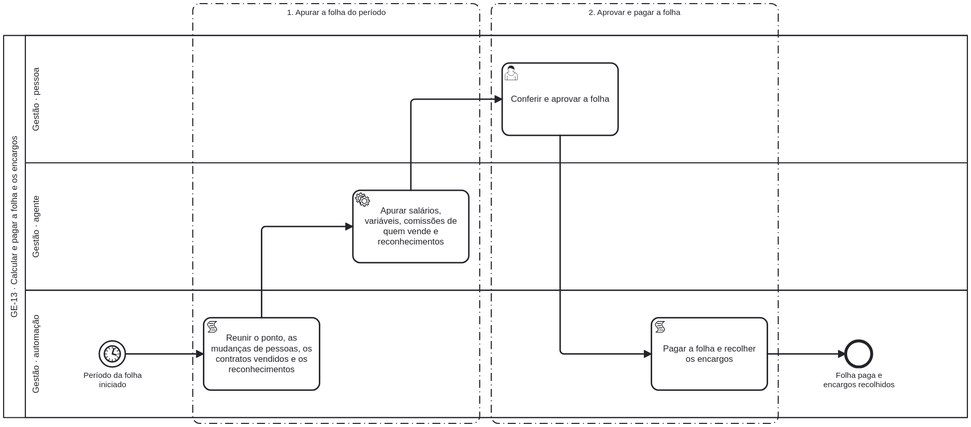
The BPMN diagram 3-fluxos-bpmn/circulo-8-gestao/diagramas-svg/GE-13.svg in italoteofilo-boop/imts-modelo-organizacional, before a commit. Its source is kept beside it as 3-fluxos-bpmn/circulo-8-gestao/bpmn/GE-13.bpmn. Ids are renumbered.
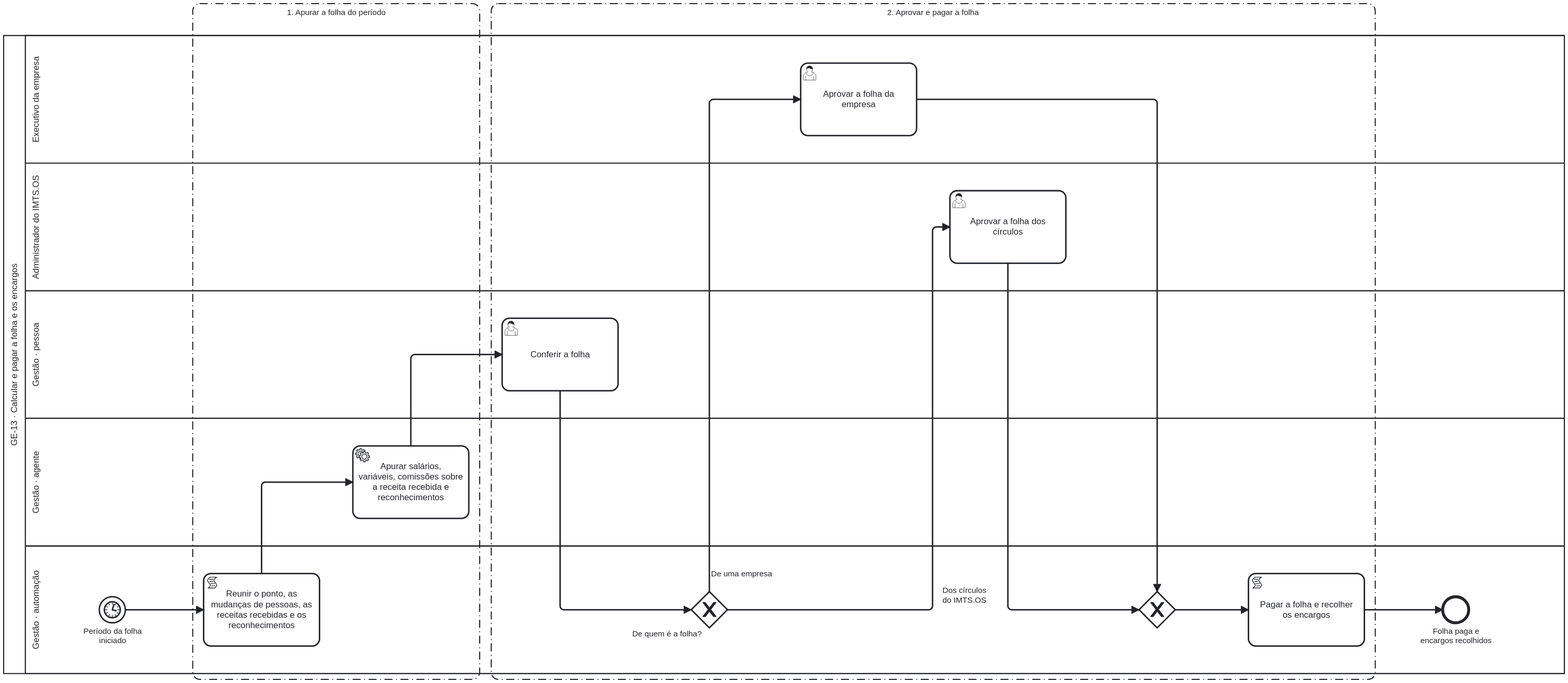
Above is the later version.

Change to the diagram source:
```diff
@@ -9,8 +9,14 @@
     <bpmn:group id="Group_GE13_E2" categoryValueRef="CV_GE13_E2" />
   </bpmn:collaboration>
   <bpmn:process id="Process_GE13" name="Calcular e pagar a folha e os encargos" isExecutable="false">
-    <bpmn:documentation>Fazer cada folha ter o ponto, as variáveis, as comissões de quem vende, os reconhecimentos e as mudanças de remuneração do período apurados a partir dos registros de pessoas, conferida e aprovada pela Gestão, paga no prazo e com os encargos recolhidos. A Gestão apura, aprova e paga.</bpmn:documentation>
+    <bpmn:documentation>Fazer cada folha ter o ponto, as variáveis, as comissões de quem vende sobre a receita recebida, os reconhecimentos e as mudanças de remuneração do período apurados a partir dos registros de pessoas, conferida pela Gestão, aprovada pelo executivo ou, nos círculos do IMTS.OS, pelo Administrador, paga no prazo e com os encargos recolhidos. A Gestão apura, confere e paga; quem aprova é outra pessoa.</bpmn:documentation>
     <bpmn:laneSet id="LaneSet_GE13">
+      <bpmn:lane id="Lane_GE13_EXE" name="Executivo da empresa">
+        <bpmn:flowNodeRef>GE13_E2_T2</bpmn:flowNodeRef>
+      </bpmn:lane>
+      <bpmn:lane id="Lane_GE13_ADM" name="Administrador do IMTS.OS">
+        <bpmn:flowNodeRef>GE13_E2_T3</bpmn:flowNodeRef>
+      </bpmn:lane>
       <bpmn:lane id="Lane_GE13_GEP" name="Gestão · pessoa">
         <bpmn:flowNodeRef>GE13_E2_T1</bpmn:flowNodeRef>
       </bpmn:lane>
@@ -20,41 +26,63 @@
       <bpmn:lane id="Lane_GE13_GER" name="Gestão · automação">
         <bpmn:flowNodeRef>GE13_S1</bpmn:flowNodeRef>
         <bpmn:flowNodeRef>GE13_E1_T1</bpmn:flowNodeRef>
-        <bpmn:flowNodeRef>GE13_E2_T2</bpmn:flowNodeRef>
+        <bpmn:flowNodeRef>GE13_E2_G1</bpmn:flowNodeRef>
+        <bpmn:flowNodeRef>GE13_M1</bpmn:flowNodeRef>
+        <bpmn:flowNodeRef>GE13_E2_T4</bpmn:flowNodeRef>
         <bpmn:flowNodeRef>GE13_F1</bpmn:flowNodeRef>
       </bpmn:lane>
     </bpmn:laneSet>
     <bpmn:startEvent id="GE13_S1" name="Período da folha iniciado"><bpmn:outgoing>GE13_Flow1</bpmn:outgoing><bpmn:timerEventDefinition id="GE13_S1_def" /></bpmn:startEvent>
-    <bpmn:scriptTask id="GE13_E1_T1" name="Reunir o ponto, as mudanças de pessoas, os contratos vendidos e os reconhecimentos"><bpmn:documentation>Etapa 1: Apurar a folha do período. Executor: Automação da Gestão (Gestão · automação). Modo da etapa: Autopiloto; risco baixo.</bpmn:documentation><bpmn:incoming>GE13_Flow1</bpmn:incoming><bpmn:outgoing>GE13_Flow2</bpmn:outgoing></bpmn:scriptTask>
-    <bpmn:serviceTask id="GE13_E1_T2" name="Apurar salários, variáveis, comissões de quem vende e reconhecimentos"><bpmn:documentation>Etapa 1: Apurar a folha do período. Executor: Agente da Gestão (Gestão · agente). Modo da etapa: Autopiloto; risco baixo.</bpmn:documentation><bpmn:incoming>GE13_Flow2</bpmn:incoming><bpmn:outgoing>GE13_Flow3</bpmn:outgoing></bpmn:serviceTask>
-    <bpmn:userTask id="GE13_E2_T1" name="Conferir e aprovar a folha"><bpmn:documentation>Etapa 2: Aprovar e pagar a folha. Executor: Pessoa da Gestão (Gestão · pessoa). Modo da etapa: Copiloto; risco médio.</bpmn:documentation><bpmn:incoming>GE13_Flow3</bpmn:incoming><bpmn:outgoing>GE13_Flow4</bpmn:outgoing></bpmn:userTask>
-    <bpmn:scriptTask id="GE13_E2_T2" name="Pagar a folha e recolher os encargos"><bpmn:documentation>Etapa 2: Aprovar e pagar a folha. Executor: Automação da Gestão (Gestão · automação). Modo da etapa: Copiloto; risco médio.</bpmn:documentation><bpmn:incoming>GE13_Flow4</bpmn:incoming><bpmn:outgoing>GE13_Flow5</bpmn:outgoing></bpmn:scriptTask>
-    <bpmn:endEvent id="GE13_F1" name="Folha paga e encargos recolhidos"><bpmn:incoming>GE13_Flow5</bpmn:incoming></bpmn:endEvent>
+    <bpmn:scriptTask id="GE13_E1_T1" name="Reunir o ponto, as mudanças de pessoas, as receitas recebidas e os reconhecimentos"><bpmn:documentation>Etapa 1: Apurar a folha do período. Executor: Automação da Gestão (Gestão · automação). Modo da etapa: Autopiloto; risco baixo.</bpmn:documentation><bpmn:incoming>GE13_Flow1</bpmn:incoming><bpmn:outgoing>GE13_Flow2</bpmn:outgoing></bpmn:scriptTask>
+    <bpmn:serviceTask id="GE13_E1_T2" name="Apurar salários, variáveis, comissões sobre a receita recebida e reconhecimentos"><bpmn:documentation>Etapa 1: Apurar a folha do período. Executor: Agente da Gestão (Gestão · agente). Modo da etapa: Autopiloto; risco baixo.</bpmn:documentation><bpmn:incoming>GE13_Flow2</bpmn:incoming><bpmn:outgoing>GE13_Flow3</bpmn:outgoing></bpmn:serviceTask>
+    <bpmn:userTask id="GE13_E2_T1" name="Conferir a folha"><bpmn:documentation>Etapa 2: Aprovar e pagar a folha. Executor: Pessoa da Gestão (Gestão · pessoa). Modo da etapa: Copiloto; risco médio.</bpmn:documentation><bpmn:incoming>GE13_Flow3</bpmn:incoming><bpmn:outgoing>GE13_Flow4</bpmn:outgoing></bpmn:userTask>
+    <bpmn:exclusiveGateway id="GE13_E2_G1" name="De quem é a folha?"><bpmn:incoming>GE13_Flow4</bpmn:incoming><bpmn:outgoing>GE13_Flow5</bpmn:outgoing><bpmn:outgoing>GE13_Flow6</bpmn:outgoing></bpmn:exclusiveGateway>
+    <bpmn:userTask id="GE13_E2_T2" name="Aprovar a folha da empresa"><bpmn:documentation>Etapa 2: Aprovar e pagar a folha. Executor: Pessoa de fora do círculo (Executivo da empresa). Modo da etapa: Copiloto; risco médio.</bpmn:documentation><bpmn:incoming>GE13_Flow5</bpmn:incoming><bpmn:outgoing>GE13_Flow7</bpmn:outgoing></bpmn:userTask>
+    <bpmn:userTask id="GE13_E2_T3" name="Aprovar a folha dos círculos"><bpmn:documentation>Etapa 2: Aprovar e pagar a folha. Executor: Pessoa de fora do círculo (Administrador do IMTS.OS). Modo da etapa: Copiloto; risco médio.</bpmn:documentation><bpmn:incoming>GE13_Flow6</bpmn:incoming><bpmn:outgoing>GE13_Flow8</bpmn:outgoing></bpmn:userTask>
+    <bpmn:exclusiveGateway id="GE13_M1"><bpmn:incoming>GE13_Flow7</bpmn:incoming><bpmn:incoming>GE13_Flow8</bpmn:incoming><bpmn:outgoing>GE13_Flow10</bpmn:outgoing></bpmn:exclusiveGateway>
+    <bpmn:scriptTask id="GE13_E2_T4" name="Pagar a folha e recolher os encargos"><bpmn:documentation>Etapa 2: Aprovar e pagar a folha. Executor: Automação da Gestão (Gestão · automação). Modo da etapa: Copiloto; risco médio.</bpmn:documentation><bpmn:incoming>GE13_Flow10</bpmn:incoming><bpmn:outgoing>GE13_Flow9</bpmn:outgoing></bpmn:scriptTask>
+    <bpmn:endEvent id="GE13_F1" name="Folha paga e encargos recolhidos"><bpmn:incoming>GE13_Flow9</bpmn:incoming></bpmn:endEvent>
     <bpmn:sequenceFlow id="GE13_Flow1" sourceRef="GE13_S1" targetRef="GE13_E1_T1" />
     <bpmn:sequenceFlow id="GE13_Flow2" sourceRef="GE13_E1_T1" targetRef="GE13_E1_T2" />
     <bpmn:sequenceFlow id="GE13_Flow3" sourceRef="GE13_E1_T2" targetRef="GE13_E2_T1" />
-    <bpmn:sequenceFlow id="GE13_Flow4" sourceRef="GE13_E2_T1" targetRef="GE13_E2_T2" />
-    <bpmn:sequenceFlow id="GE13_Flow5" sourceRef="GE13_E2_T2" targetRef="GE13_F1" />
+    <bpmn:sequenceFlow id="GE13_Flow4" sourceRef="GE13_E2_T1" targetRef="GE13_E2_G1" />
+    <bpmn:sequenceFlow id="GE13_Flow5" name="De uma empresa" sourceRef="GE13_E2_G1" targetRef="GE13_E2_T2"><bpmn:conditionExpression xsi:type="bpmn:tFormalExpression">De uma empresa</bpmn:conditionExpression></bpmn:sequenceFlow>
+    <bpmn:sequenceFlow id="GE13_Flow6" name="Dos círculos do IMTS.OS" sourceRef="GE13_E2_G1" targetRef="GE13_E2_T3"><bpmn:conditionExpression xsi:type="bpmn:tFormalExpression">Dos círculos do IMTS.OS</bpmn:conditionExpression></bpmn:sequenceFlow>
+    <bpmn:sequenceFlow id="GE13_Flow7" sourceRef="GE13_E2_T2" targetRef="GE13_M1" />
+    <bpmn:sequenceFlow id="GE13_Flow8" sourceRef="GE13_E2_T3" targetRef="GE13_M1" />
+    <bpmn:sequenceFlow id="GE13_Flow9" sourceRef="GE13_E2_T4" targetRef="GE13_F1" />
+    <bpmn:sequenceFlow id="GE13_Flow10" sourceRef="GE13_M1" targetRef="GE13_E2_T4" />
   </bpmn:process>
   <bpmndi:BPMNDiagram id="Diagram_GE13">
     <bpmndi:BPMNPlane id="Plane_GE13" bpmnElement="Collab_GE13">
-      <bpmndi:BPMNShape id="Participant_GE13_di" bpmnElement="Participant_GE13" isHorizontal="true"><dc:Bounds x="0" y="0" width="1330" height="528" /></bpmndi:BPMNShape>
-      <bpmndi:BPMNShape id="Lane_GE13_GEP_di" bpmnElement="Lane_GE13_GEP" isHorizontal="true"><dc:Bounds x="30" y="0" width="1300" height="176" /></bpmndi:BPMNShape>
-      <bpmndi:BPMNShape id="Lane_GE13_GEA_di" bpmnElement="Lane_GE13_GEA" isHorizontal="true"><dc:Bounds x="30" y="176" width="1300" height="176" /></bpmndi:BPMNShape>
-      <bpmndi:BPMNShape id="Lane_GE13_GER_di" bpmnElement="Lane_GE13_GER" isHorizontal="true"><dc:Bounds x="30" y="352" width="1300" height="176" /></bpmndi:BPMNShape>
-      <bpmndi:BPMNShape id="GE13_S1_di" bpmnElement="GE13_S1"><dc:Bounds x="132" y="422" width="36" height="36" /><bpmndi:BPMNLabel><dc:Bounds x="95" y="463" width="110" height="40" /></bpmndi:BPMNLabel></bpmndi:BPMNShape>
-      <bpmndi:BPMNShape id="GE13_E1_T1_di" bpmnElement="GE13_E1_T1"><dc:Bounds x="276" y="390" width="160" height="100" /></bpmndi:BPMNShape>
-      <bpmndi:BPMNShape id="GE13_E1_T2_di" bpmnElement="GE13_E1_T2"><dc:Bounds x="482" y="214" width="160" height="100" /></bpmndi:BPMNShape>
-      <bpmndi:BPMNShape id="GE13_E2_T1_di" bpmnElement="GE13_E2_T1"><dc:Bounds x="688" y="38" width="160" height="100" /></bpmndi:BPMNShape>
-      <bpmndi:BPMNShape id="GE13_E2_T2_di" bpmnElement="GE13_E2_T2"><dc:Bounds x="894" y="390" width="160" height="100" /></bpmndi:BPMNShape>
-      <bpmndi:BPMNShape id="GE13_F1_di" bpmnElement="GE13_F1"><dc:Bounds x="1162" y="422" width="36" height="36" /><bpmndi:BPMNLabel><dc:Bounds x="1125" y="463" width="110" height="40" /></bpmndi:BPMNLabel></bpmndi:BPMNShape>
-      <bpmndi:BPMNEdge id="GE13_Flow1_di" bpmnElement="GE13_Flow1"><di:waypoint x="168" y="440" /><di:waypoint x="276" y="440" /></bpmndi:BPMNEdge>
-      <bpmndi:BPMNEdge id="GE13_Flow2_di" bpmnElement="GE13_Flow2"><di:waypoint x="356" y="390" /><di:waypoint x="356" y="264" /><di:waypoint x="482" y="264" /></bpmndi:BPMNEdge>
-      <bpmndi:BPMNEdge id="GE13_Flow3_di" bpmnElement="GE13_Flow3"><di:waypoint x="562" y="214" /><di:waypoint x="562" y="88" /><di:waypoint x="688" y="88" /></bpmndi:BPMNEdge>
-      <bpmndi:BPMNEdge id="GE13_Flow4_di" bpmnElement="GE13_Flow4"><di:waypoint x="768" y="138" /><di:waypoint x="768" y="440" /><di:waypoint x="894" y="440" /></bpmndi:BPMNEdge>
-      <bpmndi:BPMNEdge id="GE13_Flow5_di" bpmnElement="GE13_Flow5"><di:waypoint x="1054" y="440" /><di:waypoint x="1162" y="440" /></bpmndi:BPMNEdge>
-      <bpmndi:BPMNShape id="Group_GE13_E1_di" bpmnElement="Group_GE13_E1"><dc:Bounds x="261" y="-44" width="396" height="580" /><bpmndi:BPMNLabel><dc:Bounds x="267" y="-38" width="384" height="30" /></bpmndi:BPMNLabel></bpmndi:BPMNShape>
-      <bpmndi:BPMNShape id="Group_GE13_E2_di" bpmnElement="Group_GE13_E2"><dc:Bounds x="673" y="-44" width="396" height="580" /><bpmndi:BPMNLabel><dc:Bounds x="679" y="-38" width="384" height="30" /></bpmndi:BPMNLabel></bpmndi:BPMNShape>
+      <bpmndi:BPMNShape id="Participant_GE13_di" bpmnElement="Participant_GE13" isHorizontal="true"><dc:Bounds x="0" y="0" width="2154" height="880" /></bpmndi:BPMNShape>
+      <bpmndi:BPMNShape id="Lane_GE13_EXE_di" bpmnElement="Lane_GE13_EXE" isHorizontal="true"><dc:Bounds x="30" y="0" width="2124" height="176" /></bpmndi:BPMNShape>
+      <bpmndi:BPMNShape id="Lane_GE13_ADM_di" bpmnElement="Lane_GE13_ADM" isHorizontal="true"><dc:Bounds x="30" y="176" width="2124" height="176" /></bpmndi:BPMNShape>
+      <bpmndi:BPMNShape id="Lane_GE13_GEP_di" bpmnElement="Lane_GE13_GEP" isHorizontal="true"><dc:Bounds x="30" y="352" width="2124" height="176" /></bpmndi:BPMNShape>
+      <bpmndi:BPMNShape id="Lane_GE13_GEA_di" bpmnElement="Lane_GE13_GEA" isHorizontal="true"><dc:Bounds x="30" y="528" width="2124" height="176" /></bpmndi:BPMNShape>
+      <bpmndi:BPMNShape id="Lane_GE13_GER_di" bpmnElement="Lane_GE13_GER" isHorizontal="true"><dc:Bounds x="30" y="704" width="2124" height="176" /></bpmndi:BPMNShape>
+      <bpmndi:BPMNShape id="GE13_S1_di" bpmnElement="GE13_S1"><dc:Bounds x="132" y="774" width="36" height="36" /><bpmndi:BPMNLabel><dc:Bounds x="95" y="815" width="110" height="40" /></bpmndi:BPMNLabel></bpmndi:BPMNShape>
+      <bpmndi:BPMNShape id="GE13_E1_T1_di" bpmnElement="GE13_E1_T1"><dc:Bounds x="276" y="742" width="160" height="100" /></bpmndi:BPMNShape>
+      <bpmndi:BPMNShape id="GE13_E1_T2_di" bpmnElement="GE13_E1_T2"><dc:Bounds x="482" y="566" width="160" height="100" /></bpmndi:BPMNShape>
+      <bpmndi:BPMNShape id="GE13_E2_T1_di" bpmnElement="GE13_E2_T1"><dc:Bounds x="688" y="390" width="160" height="100" /></bpmndi:BPMNShape>
+      <bpmndi:BPMNShape id="GE13_E2_G1_di" bpmnElement="GE13_E2_G1" isMarkerVisible="true"><dc:Bounds x="949" y="767" width="50" height="50" /><bpmndi:BPMNLabel><dc:Bounds x="862" y="819" width="106" height="40" /></bpmndi:BPMNLabel></bpmndi:BPMNShape>
+      <bpmndi:BPMNShape id="GE13_E2_T2_di" bpmnElement="GE13_E2_T2"><dc:Bounds x="1100" y="38" width="160" height="100" /></bpmndi:BPMNShape>
+      <bpmndi:BPMNShape id="GE13_E2_T3_di" bpmnElement="GE13_E2_T3"><dc:Bounds x="1306" y="214" width="160" height="100" /></bpmndi:BPMNShape>
+      <bpmndi:BPMNShape id="GE13_M1_di" bpmnElement="GE13_M1" isMarkerVisible="true"><dc:Bounds x="1567" y="767" width="50" height="50" /></bpmndi:BPMNShape>
+      <bpmndi:BPMNShape id="GE13_E2_T4_di" bpmnElement="GE13_E2_T4"><dc:Bounds x="1718" y="742" width="160" height="100" /></bpmndi:BPMNShape>
+      <bpmndi:BPMNShape id="GE13_F1_di" bpmnElement="GE13_F1"><dc:Bounds x="1986" y="774" width="36" height="36" /><bpmndi:BPMNLabel><dc:Bounds x="1949" y="815" width="110" height="40" /></bpmndi:BPMNLabel></bpmndi:BPMNShape>
+      <bpmndi:BPMNEdge id="GE13_Flow1_di" bpmnElement="GE13_Flow1"><di:waypoint x="168" y="792" /><di:waypoint x="276" y="792" /></bpmndi:BPMNEdge>
+      <bpmndi:BPMNEdge id="GE13_Flow2_di" bpmnElement="GE13_Flow2"><di:waypoint x="356" y="742" /><di:waypoint x="356" y="616" /><di:waypoint x="482" y="616" /></bpmndi:BPMNEdge>
+      <bpmndi:BPMNEdge id="GE13_Flow3_di" bpmnElement="GE13_Flow3"><di:waypoint x="562" y="566" /><di:waypoint x="562" y="440" /><di:waypoint x="688" y="440" /></bpmndi:BPMNEdge>
+      <bpmndi:BPMNEdge id="GE13_Flow4_di" bpmnElement="GE13_Flow4"><di:waypoint x="768" y="490" /><di:waypoint x="768" y="792" /><di:waypoint x="949" y="792" /></bpmndi:BPMNEdge>
+      <bpmndi:BPMNEdge id="GE13_Flow5_di" bpmnElement="GE13_Flow5"><di:waypoint x="974" y="767" /><di:waypoint x="974" y="88" /><di:waypoint x="1100" y="88" /><bpmndi:BPMNLabel><dc:Bounds x="980" y="736" width="76" height="27" /></bpmndi:BPMNLabel></bpmndi:BPMNEdge>
+      <bpmndi:BPMNEdge id="GE13_Flow6_di" bpmnElement="GE13_Flow6"><di:waypoint x="999" y="792" /><di:waypoint x="1282" y="792" /><di:waypoint x="1282" y="264" /><di:waypoint x="1306" y="264" /><bpmndi:BPMNLabel><dc:Bounds x="1288" y="759" width="76" height="27" /></bpmndi:BPMNLabel></bpmndi:BPMNEdge>
+      <bpmndi:BPMNEdge id="GE13_Flow7_di" bpmnElement="GE13_Flow7"><di:waypoint x="1260" y="88" /><di:waypoint x="1592" y="88" /><di:waypoint x="1592" y="767" /></bpmndi:BPMNEdge>
+      <bpmndi:BPMNEdge id="GE13_Flow8_di" bpmnElement="GE13_Flow8"><di:waypoint x="1386" y="314" /><di:waypoint x="1386" y="792" /><di:waypoint x="1567" y="792" /></bpmndi:BPMNEdge>
+      <bpmndi:BPMNEdge id="GE13_Flow9_di" bpmnElement="GE13_Flow9"><di:waypoint x="1878" y="792" /><di:waypoint x="1986" y="792" /></bpmndi:BPMNEdge>
+      <bpmndi:BPMNEdge id="GE13_Flow10_di" bpmnElement="GE13_Flow10"><di:waypoint x="1617" y="792" /><di:waypoint x="1718" y="792" /></bpmndi:BPMNEdge>
+      <bpmndi:BPMNShape id="Group_GE13_E1_di" bpmnElement="Group_GE13_E1"><dc:Bounds x="261" y="-44" width="396" height="932" /><bpmndi:BPMNLabel><dc:Bounds x="267" y="-38" width="384" height="30" /></bpmndi:BPMNLabel></bpmndi:BPMNShape>
+      <bpmndi:BPMNShape id="Group_GE13_E2_di" bpmnElement="Group_GE13_E2"><dc:Bounds x="673" y="-44" width="1220" height="932" /><bpmndi:BPMNLabel><dc:Bounds x="679" y="-38" width="1208" height="30" /></bpmndi:BPMNLabel></bpmndi:BPMNShape>
     </bpmndi:BPMNPlane>
   </bpmndi:BPMNDiagram>
 </bpmn:definitions>
```
